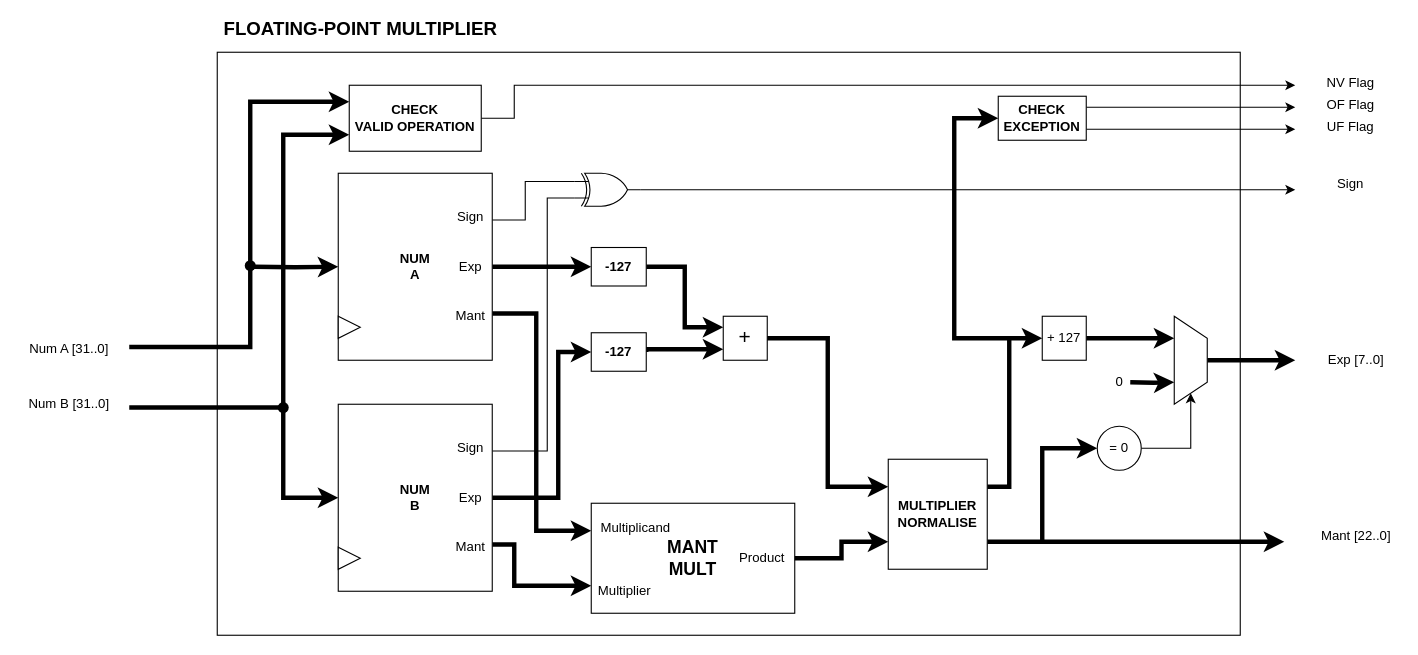
This is page "FP-Mul" (7 of 12) of Diagrams/Floating-point.drawio from hohaicongthuan/Project-2, a draw.io file, before an edit. Source tidied: cells renumbered, new cells numbered last; positions are measured from the earlier drawing's top-left corner, leaving out a move shared by most shapes. Both pictures are drawn from the tidied source at 110%, with x=0, y=0 at pixel (19, 19).
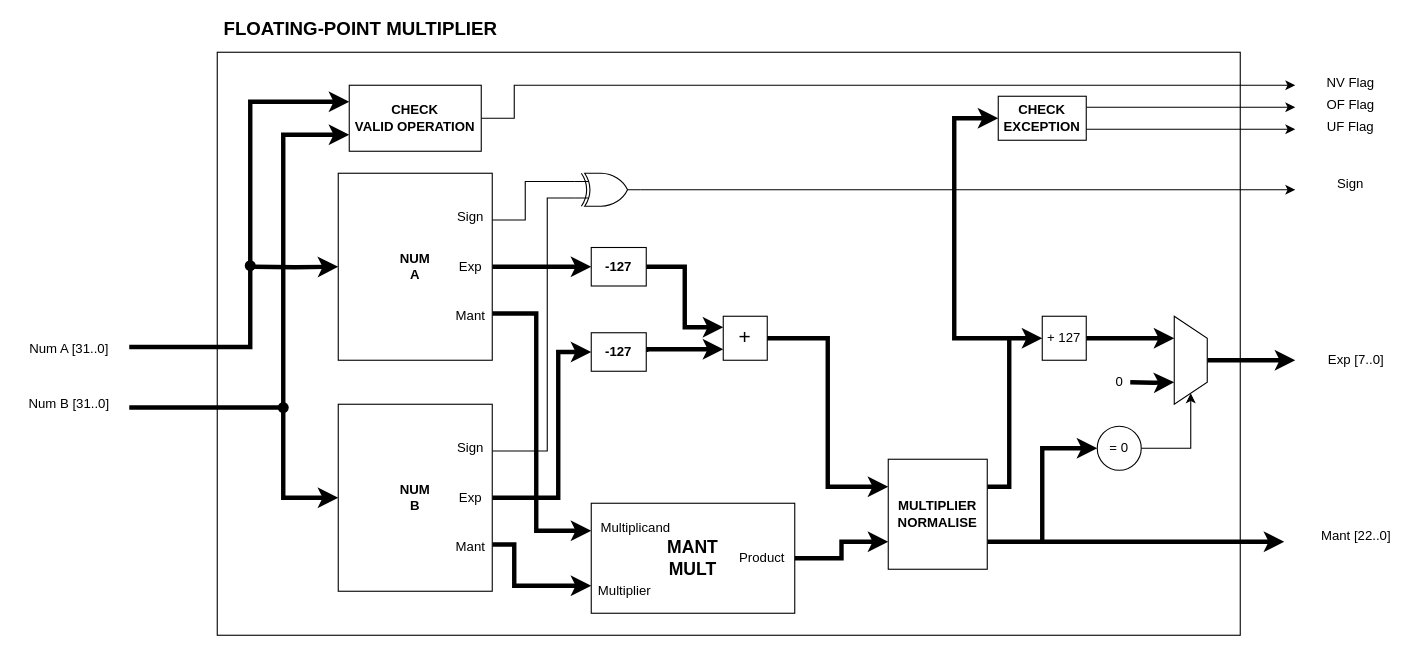
After the change.

Diff of the diagram source:
```diff
@@
-    <mxCell id="51" style="triangle;whiteSpace=wrap;html=1;" parent="1" vertex="1">
-      <mxGeometry x="290" y="270" width="20" height="20" as="geometry" />
-    </mxCell>
-    <mxCell id="52" style="triangle;whiteSpace=wrap;html=1;" parent="1" vertex="1">
-      <mxGeometry x="290" y="480" width="20" height="20" as="geometry" />
-    </mxCell>
```
